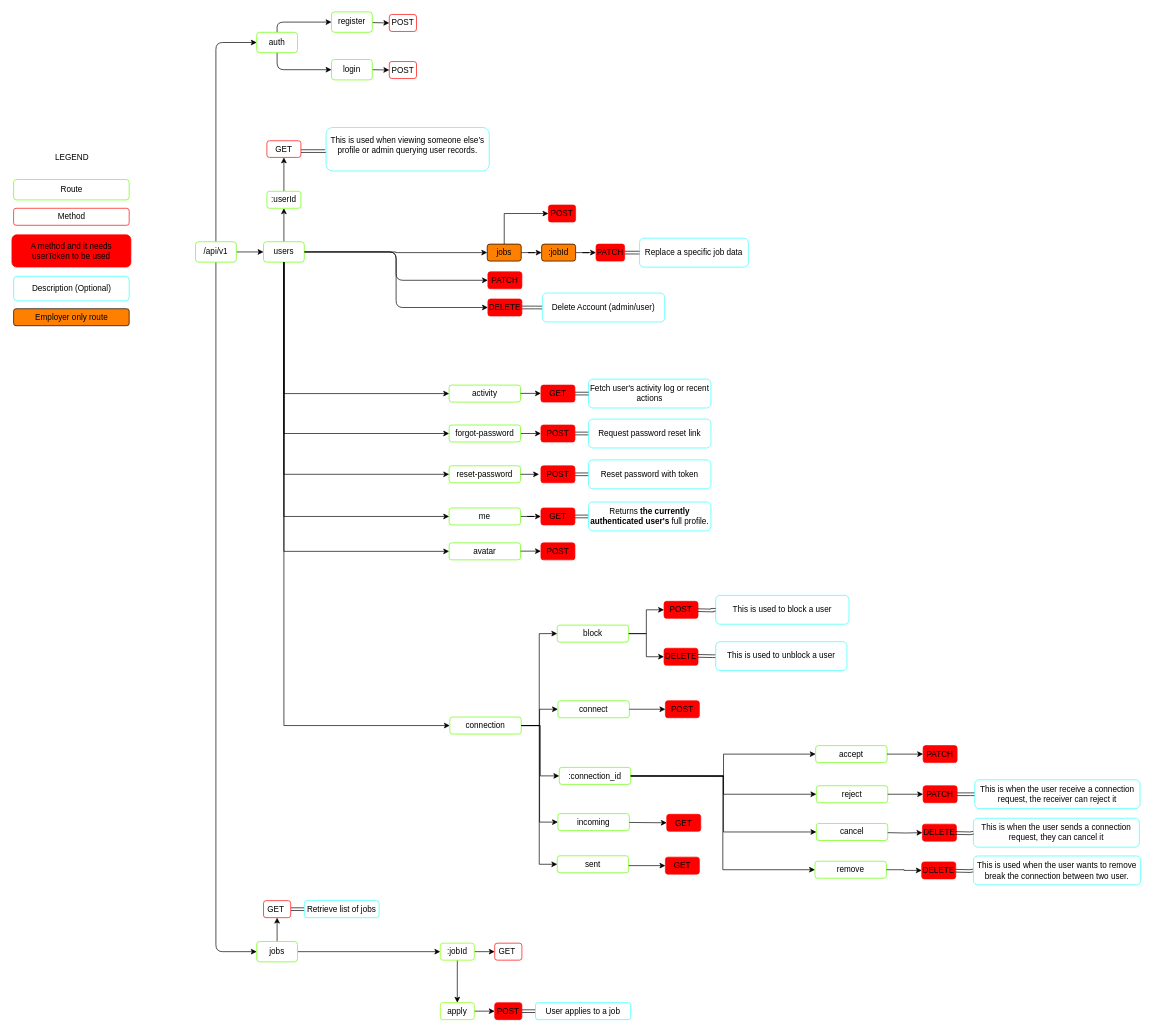
kenshiin1123/dev-match keeps this draw.io diagram as diagrams/rest_api.drawio. Above is the earlier version. Source tidied: cells renumbered, new cells numbered last; positions are measured from the earlier drawing's top-left corner, leaving out a move shared by most shapes. Both pictures are drawn from the tidied source at 68%, with x=0, y=0 at pixel (12, 12).
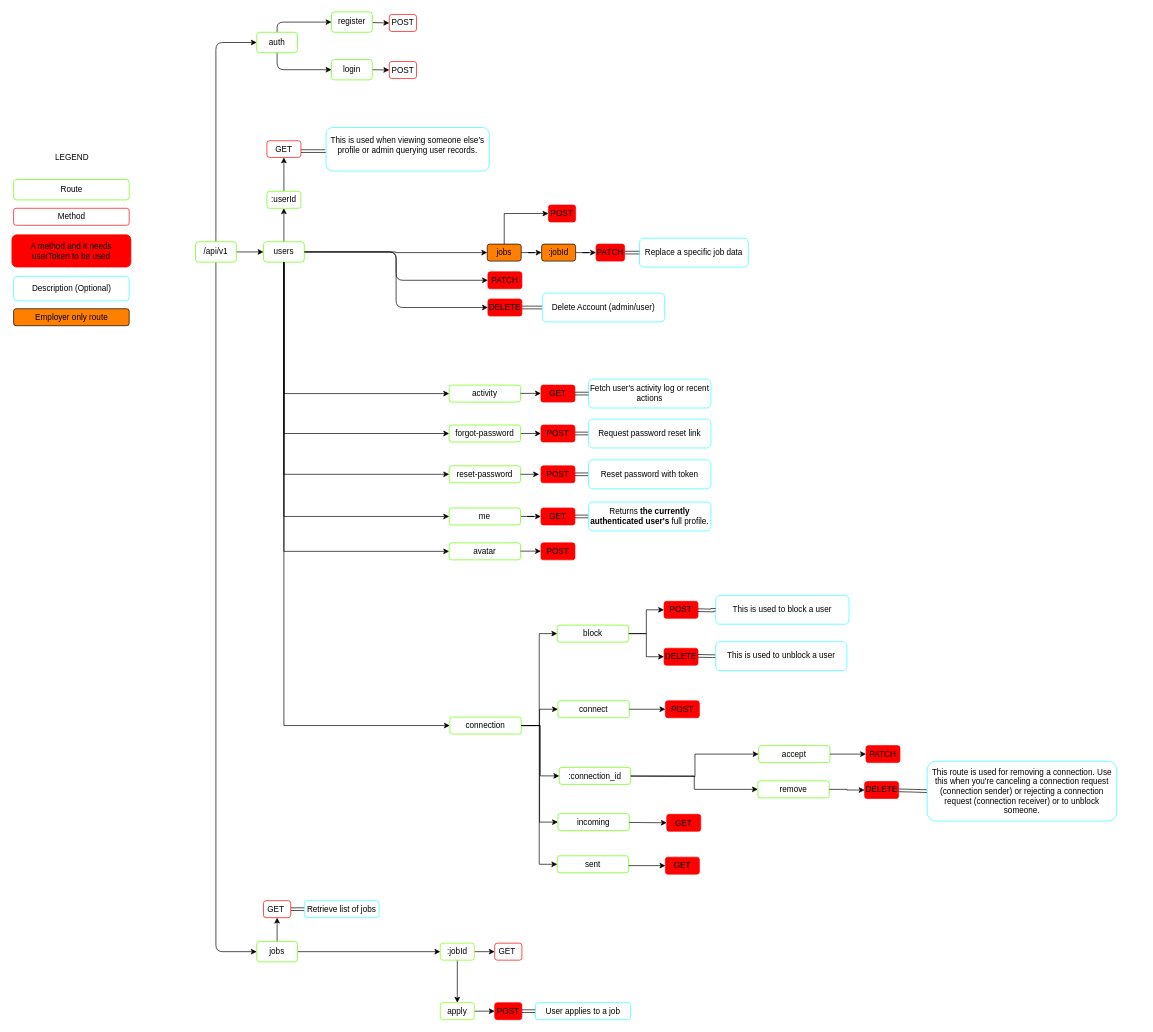
Above is the later version.

Commit message (it also covers changes not shown here):
Modify RestAPI Diagram, and  add accepted route for connection.

The change refers to these unchanged cells:
```xml
<mxCell id="92" value=":connection_id" style="whiteSpace=wrap;html=1;rounded=1;strokeColor=#65FF00;fontStyle=0;" parent="1" vertex="1">
  <mxGeometry x="805" y="1111" width="105" height="25" as="geometry" />
</mxCell>
```

The edit, as a diff of the source:
```diff
@@
     <mxCell id="98" value="accept" style="whiteSpace=wrap;html=1;rounded=1;strokeColor=#65FF00;fontStyle=0;" parent="1" vertex="1">
-      <mxGeometry x="1182" y="1079" width="105" height="25" as="geometry" />
+      <mxGeometry x="1098" y="1079" width="105" height="25" as="geometry" />
     </mxCell>
@@
-    <mxCell id="100" style="edgeStyle=orthogonalEdgeStyle;rounded=0;jettySize=auto;html=1;entryX=0;entryY=0.5;entryDx=0;entryDy=0;exitX=1;exitY=0.5;exitDx=0;exitDy=0;" parent="1" edge="1" source="92" target="101">
-      <mxGeometry relative="1" as="geometry" />
-    </mxCell>
-    <mxCell id="101" value="reject" style="whiteSpace=wrap;html=1;rounded=1;strokeColor=#65FF00;fontStyle=0;" parent="1" vertex="1">
-      <mxGeometry x="1183" y="1138" width="105" height="25" as="geometry" />
-    </mxCell>
-    <mxCell id="102" value="cancel" style="whiteSpace=wrap;html=1;rounded=1;strokeColor=#65FF00;fontStyle=0;" parent="1" vertex="1">
-      <mxGeometry x="1183" y="1193.5" width="105" height="25" as="geometry" />
-    </mxCell>
-    <mxCell id="103" style="edgeStyle=orthogonalEdgeStyle;rounded=0;jettySize=auto;html=1;entryX=0;entryY=0.5;entryDx=0;entryDy=0;exitX=1;exitY=0.5;exitDx=0;exitDy=0;" parent="1" edge="1" source="92" target="102">
-      <mxGeometry relative="1" as="geometry" />
-    </mxCell>
     <mxCell id="104" value="remove" style="whiteSpace=wrap;html=1;rounded=1;strokeColor=#65FF00;fontStyle=0;" parent="1" vertex="1">
-      <mxGeometry x="1181" y="1249" width="105" height="25" as="geometry" />
+      <mxGeometry x="1097" y="1130.8" width="105" height="25" as="geometry" />
     </mxCell>
@@
     <mxCell id="116" value="PATCH" style="whiteSpace=wrap;html=1;rounded=1;strokeColor=#FF0000;fontStyle=0;fillColor=#FF0000;" parent="1" vertex="1">
-      <mxGeometry x="1340" y="1079" width="50" height="25" as="geometry" />
+      <mxGeometry x="1256" y="1079" width="50" height="25" as="geometry" />
     </mxCell>
@@
-    <mxCell id="118" value="PATCH" style="whiteSpace=wrap;html=1;rounded=1;strokeColor=#FF0000;fontStyle=0;fillColor=#FF0000;" parent="1" vertex="1">
-      <mxGeometry x="1340" y="1138" width="50" height="25" as="geometry" />
-    </mxCell>
-    <mxCell id="119" style="edgeStyle=orthogonalEdgeStyle;rounded=0;jettySize=auto;html=1;entryX=0;entryY=0.5;entryDx=0;entryDy=0;exitX=1;exitY=0.5;exitDx=0;exitDy=0;" parent="1" edge="1" source="101" target="118">
-      <mxGeometry relative="1" as="geometry" />
+    <mxCell id="119" style="edgeStyle=orthogonalEdgeStyle;rounded=0;orthogonalLoop=1;jettySize=auto;html=1;entryX=0;entryY=0.5;entryDx=0;entryDy=0;exitX=1;exitY=0.5;exitDx=0;exitDy=0;" parent="1" edge="1">
+      <mxGeometry relative="1" as="geometry">
+        <mxPoint x="1288" y="1150.5" as="sourcePoint" />
+      </mxGeometry>
     </mxCell>
-    <mxCell id="120" value="DELETE" style="whiteSpace=wrap;html=1;rounded=1;strokeColor=#FF0000;fontStyle=0;fillColor=#FF0000;" parent="1" vertex="1">
-      <mxGeometry x="1339" y="1194.5" width="50" height="25" as="geometry" />
-    </mxCell>
-    <mxCell id="121" style="edgeStyle=orthogonalEdgeStyle;rounded=0;jettySize=auto;html=1;entryX=0;entryY=0.5;entryDx=0;entryDy=0;" parent="1" edge="1" target="120">
-      <mxGeometry relative="1" as="geometry">
-        <mxPoint x="1288" y="1207" as="sourcePoint" />
-      </mxGeometry>
-    </mxCell>
     <mxCell id="122" value="DELETE" style="whiteSpace=wrap;html=1;rounded=1;strokeColor=#FF0000;fontStyle=0;fillColor=#FF0000;" parent="1" vertex="1">
-      <mxGeometry x="1338" y="1250" width="50" height="25" as="geometry" />
+      <mxGeometry x="1254" y="1131.8" width="50" height="25" as="geometry" />
     </mxCell>
@@
-    <mxCell id="124" style="edgeStyle=orthogonalEdgeStyle;rounded=0;jettySize=auto;html=1;shape=link;exitX=1;exitY=0.5;exitDx=0;exitDy=0;" parent="1" edge="1" source="118" target="125">
-      <mxGeometry relative="1" as="geometry" />
+    <mxCell id="124" style="edgeStyle=orthogonalEdgeStyle;rounded=0;orthogonalLoop=1;jettySize=auto;html=1;shape=link;exitX=1;exitY=0.5;exitDx=0;exitDy=0;" parent="1" edge="1">
+      <mxGeometry relative="1" as="geometry">
+        <mxPoint x="1390" y="1150.5" as="sourcePoint" />
+      </mxGeometry>
     </mxCell>
-    <mxCell id="125" value="&lt;p&gt;This is when the user receive a connection request, the receiver can reject it&lt;/p&gt;&lt;p&gt;&lt;/p&gt;" style="whiteSpace=wrap;html=1;rounded=1;strokeColor=#33FFFF;fontStyle=0;" parent="1" vertex="1">
-      <mxGeometry x="1416" y="1129.2" width="243" height="42.5" as="geometry" />
-    </mxCell>
-    <mxCell id="126" value="&lt;p&gt;This is when the user sends a connection request, they can cancel it&lt;/p&gt;&lt;p&gt;&lt;/p&gt;" style="whiteSpace=wrap;html=1;rounded=1;strokeColor=#33FFFF;fontStyle=0;" parent="1" vertex="1">
-      <mxGeometry x="1414" y="1185.8" width="244" height="42.5" as="geometry" />
-    </mxCell>
-    <mxCell id="127" style="edgeStyle=orthogonalEdgeStyle;rounded=0;jettySize=auto;html=1;shape=link;exitX=1;exitY=0.5;exitDx=0;exitDy=0;" parent="1" edge="1" target="126">
-      <mxGeometry relative="1" as="geometry">
-        <mxPoint x="1388" y="1207.5" as="sourcePoint" />
-      </mxGeometry>
-    </mxCell>
     <mxCell id="128" style="edgeStyle=orthogonalEdgeStyle;rounded=0;jettySize=auto;html=1;shape=link;exitX=1;exitY=0.5;exitDx=0;exitDy=0;" parent="1" edge="1" target="129">
       <mxGeometry relative="1" as="geometry">
-        <mxPoint x="1388" y="1263" as="sourcePoint" />
+        <mxPoint x="1304" y="1144.8" as="sourcePoint" />
       </mxGeometry>
     </mxCell>
-    <mxCell id="129" value="&lt;p&gt;This is used when the user wants to remove break the connection between two user.&lt;/p&gt;&lt;p&gt;&lt;/p&gt;" style="whiteSpace=wrap;html=1;rounded=1;strokeColor=#33FFFF;fontStyle=0;" parent="1" vertex="1">
-      <mxGeometry x="1414" y="1241.3" width="246" height="42.5" as="geometry" />
+    <mxCell id="129" value="&lt;p&gt;This route is used for removing a connection. Use this when you're canceling a connection request (&lt;span style=&quot;background-color: transparent; color: light-dark(rgb(0, 0, 0), rgb(255, 255, 255));&quot;&gt;connection sender&lt;/span&gt;&lt;span style=&quot;background-color: transparent; color: light-dark(rgb(0, 0, 0), rgb(255, 255, 255));&quot;&gt;) or rejecting a connection request&lt;/span&gt;&lt;span style=&quot;background-color: transparent; color: light-dark(rgb(0, 0, 0), rgb(255, 255, 255));&quot;&gt;&amp;nbsp;(connection receiver)&lt;/span&gt;&lt;span style=&quot;background-color: transparent; color: light-dark(rgb(0, 0, 0), rgb(255, 255, 255));&quot;&gt;&amp;nbsp;or to unblock someone.&lt;/span&gt;&lt;/p&gt;&lt;p&gt;&lt;/p&gt;" style="whiteSpace=wrap;html=1;rounded=1;strokeColor=#33FFFF;fontStyle=0;" parent="1" vertex="1">
+      <mxGeometry x="1346" y="1102" width="279" height="88" as="geometry" />
     </mxCell>
```
